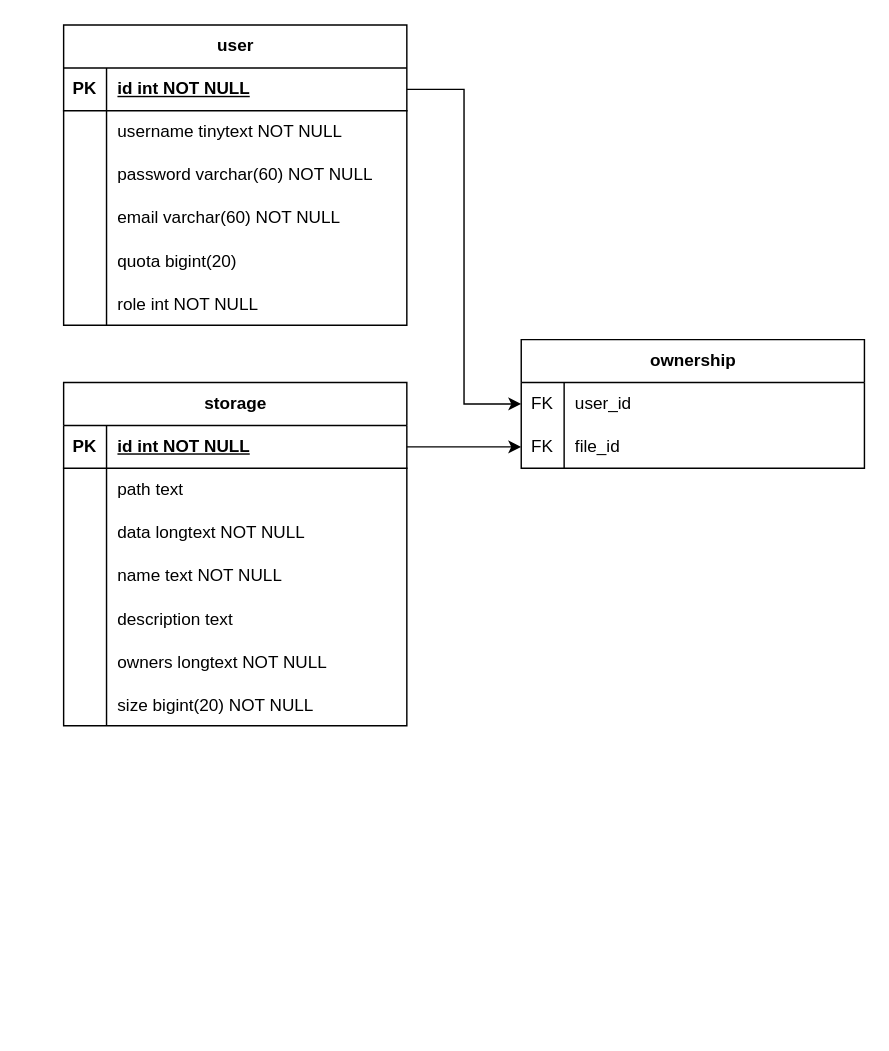
The draw.io diagram Database Schema.drawio in Veteranfighter/daba-file-manager, before the edit. Source tidied: cells renumbered, new cells numbered last; positions are measured from the earlier drawing's top-left corner, leaving out a move shared by most shapes. Both pictures are drawn from the tidied source at 143%, with x=0, y=0 at pixel (63, 24).
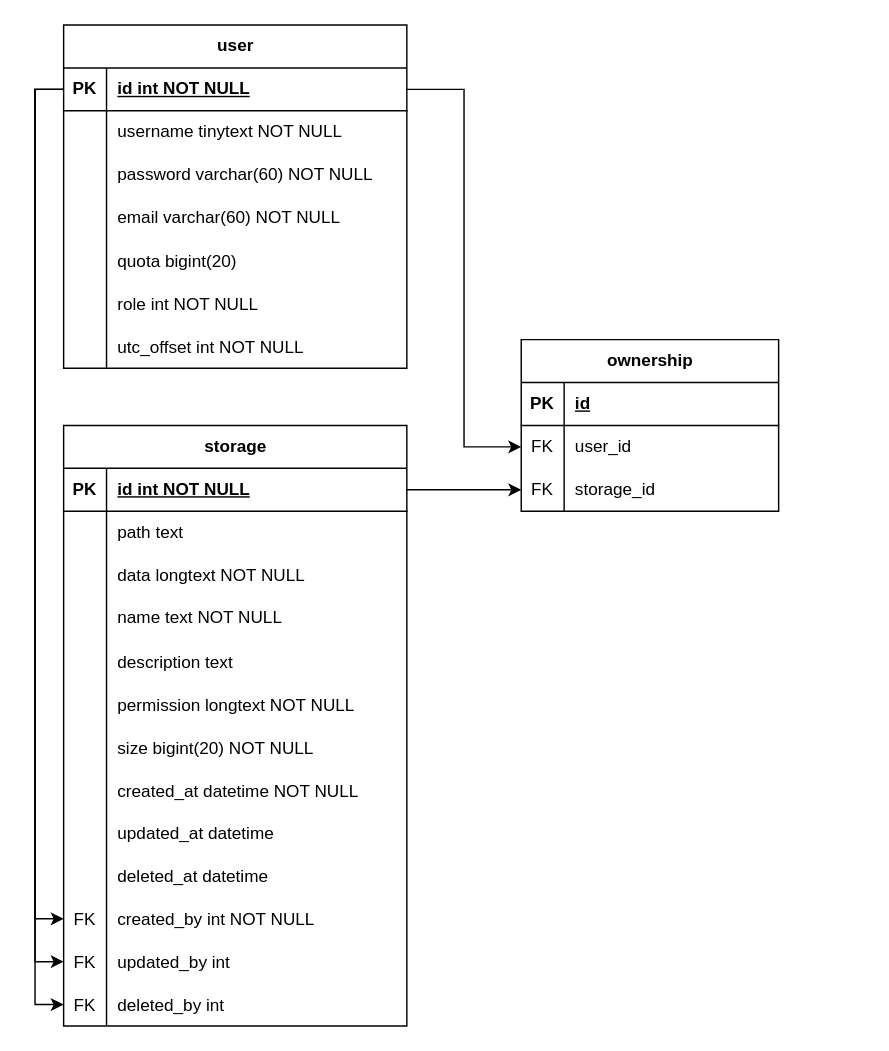
Above is the later version.

Unchanged cells that the change refers to:
```xml
<mxCell id="3" style="shape=tableRow;horizontal=0;startSize=0;swimlaneHead=0;swimlaneBody=0;fillColor=none;points=[[0,0.5],[1,0.5]];portConstraint=eastwest;top=0;left=0;right=0;bottom=1;" parent="2" vertex="1">
  <mxGeometry y="30" width="240" height="30" as="geometry" />
</mxCell>
<mxCell id="22" style="shape=tableRow;horizontal=0;startSize=0;swimlaneHead=0;swimlaneBody=0;fillColor=none;points=[[0,0.5],[1,0.5]];portConstraint=eastwest;top=0;left=0;right=0;bottom=1;" parent="21" vertex="1">
  <mxGeometry y="30" width="240" height="30" as="geometry" />
</mxCell>
<mxCell id="37" style="shape=tableRow;horizontal=0;startSize=0;swimlaneHead=0;swimlaneBody=0;fillColor=none;top=0;left=0;right=0;bottom=0;" parent="21" vertex="1">
  <mxGeometry y="180" width="240" height="30" as="geometry" />
</mxCell>
```

Diff of the diagram source:
```diff
@@
     <mxCell id="2" value="user" style="shape=table;startSize=30;childLayout=tableLayout;rowLines=0;fontStyle=1;align=center;html=1;" parent="1" vertex="1">
-      <mxGeometry width="240" height="210" as="geometry" />
+      <mxGeometry width="240" height="240" as="geometry" />
     </mxCell>
@@
+    <mxCell id="52" style="shape=tableRow;horizontal=0;startSize=0;swimlaneHead=0;swimlaneBody=0;fillColor=none;top=0;left=0;right=0;bottom=0;" parent="2" vertex="1">
+      <mxGeometry y="210" width="240" height="30" as="geometry" />
+    </mxCell>
+    <mxCell id="53" style="shape=partialRectangle;fillColor=none;top=0;left=0;bottom=0;right=0;overflow=hidden;" parent="52" vertex="1">
+      <mxGeometry width="30" height="30" as="geometry" />
+    </mxCell>
+    <mxCell id="54" value="utc_offset int NOT NULL" style="shape=partialRectangle;fillColor=none;top=0;left=0;bottom=0;right=0;align=left;spacingLeft=6;overflow=hidden;" parent="52" vertex="1">
+      <mxGeometry x="30" width="210" height="30" as="geometry" />
+    </mxCell>
     <mxCell id="21" value="storage" style="shape=table;startSize=30;childLayout=tableLayout;rowLines=0;fontStyle=1;align=center;html=1;" parent="1" vertex="1">
-      <mxGeometry y="250" width="240" height="240" as="geometry" />
+      <mxGeometry y="280" width="240" height="420" as="geometry" />
     </mxCell>
@@
-    <mxCell id="39" value="owners longtext NOT NULL" style="shape=partialRectangle;fillColor=none;top=0;left=0;bottom=0;right=0;align=left;spacingLeft=6;overflow=hidden;" parent="37" vertex="1">
+    <mxCell id="39" value="permission longtext NOT NULL" style="shape=partialRectangle;fillColor=none;top=0;left=0;bottom=0;right=0;align=left;spacingLeft=6;overflow=hidden;" parent="37" vertex="1">
       <mxGeometry x="30" width="210" height="30" as="geometry" />
     </mxCell>
@@
-    <mxCell id="43" value="ownership" style="shape=table;startSize=30;childLayout=tableLayout;rowLines=0;fontStyle=1;align=center;html=1;" parent="1" vertex="1">
-      <mxGeometry x="320" y="220" width="240" height="90" as="geometry" />
-    </mxCell>
-    <mxCell id="44" style="shape=tableRow;horizontal=0;startSize=0;swimlaneHead=0;swimlaneBody=0;fillColor=none;points=[[0,0.5],[1,0.5]];portConstraint=eastwest;top=0;left=0;right=0;bottom=0;" parent="43" vertex="1">
-      <mxGeometry y="30" width="240" height="30" as="geometry" />
-    </mxCell>
-    <mxCell id="45" value="FK" style="shape=partialRectangle;fillColor=none;top=0;left=0;bottom=0;right=0;fontStyle=0;overflow=hidden;whiteSpace=wrap;html=1;" parent="44" vertex="1">
-      <mxGeometry width="30" height="30" as="geometry" />
-    </mxCell>
-    <mxCell id="46" value="user_id" style="shape=partialRectangle;fillColor=none;top=0;left=0;bottom=0;right=0;align=left;spacingLeft=6;fontStyle=0;overflow=hidden;whiteSpace=wrap;html=1;" parent="44" vertex="1">
-      <mxGeometry x="30" width="210" height="30" as="geometry" />
-    </mxCell>
-    <mxCell id="47" style="shape=tableRow;horizontal=0;startSize=0;swimlaneHead=0;swimlaneBody=0;fillColor=none;points=[[0,0.5],[1,0.5]];portConstraint=eastwest;top=0;left=0;right=0;bottom=0;" parent="43" vertex="1">
-      <mxGeometry y="60" width="240" height="30" as="geometry" />
-    </mxCell>
-    <mxCell id="48" value="FK" style="shape=partialRectangle;fillColor=none;top=0;left=0;bottom=0;right=0;fontStyle=0;overflow=hidden;whiteSpace=wrap;html=1;" parent="47" vertex="1">
-      <mxGeometry width="30" height="30" as="geometry" />
-    </mxCell>
-    <mxCell id="49" value="file_id" style="shape=partialRectangle;fillColor=none;top=0;left=0;bottom=0;right=0;align=left;spacingLeft=6;fontStyle=0;overflow=hidden;whiteSpace=wrap;html=1;" parent="47" vertex="1">
-      <mxGeometry x="30" width="210" height="30" as="geometry" />
-    </mxCell>
+    <mxCell id="55" style="shape=tableRow;horizontal=0;startSize=0;swimlaneHead=0;swimlaneBody=0;fillColor=none;top=0;left=0;right=0;bottom=0;" parent="21" vertex="1">
+      <mxGeometry y="240" width="240" height="30" as="geometry" />
+    </mxCell>
+    <mxCell id="56" style="shape=partialRectangle;fillColor=none;top=0;left=0;bottom=0;right=0;overflow=hidden;" parent="55" vertex="1">
+      <mxGeometry width="30" height="30" as="geometry" />
+    </mxCell>
+    <mxCell id="57" value="created_at datetime NOT NULL" style="shape=partialRectangle;fillColor=none;top=0;left=0;bottom=0;right=0;align=left;spacingLeft=6;overflow=hidden;" parent="55" vertex="1">
+      <mxGeometry x="30" width="210" height="30" as="geometry" />
+    </mxCell>
+    <mxCell id="58" style="shape=tableRow;horizontal=0;startSize=0;swimlaneHead=0;swimlaneBody=0;fillColor=none;top=0;left=0;right=0;bottom=0;" parent="21" vertex="1">
+      <mxGeometry y="270" width="240" height="30" as="geometry" />
+    </mxCell>
+    <mxCell id="59" style="shape=partialRectangle;fillColor=none;top=0;left=0;bottom=0;right=0;overflow=hidden;" parent="58" vertex="1">
+      <mxGeometry width="30" height="30" as="geometry" />
+    </mxCell>
+    <mxCell id="60" value="updated_at datetime" style="shape=partialRectangle;fillColor=none;top=0;left=0;bottom=0;right=0;align=left;spacingLeft=6;overflow=hidden;" parent="58" vertex="1">
+      <mxGeometry x="30" width="210" height="30" as="geometry" />
+    </mxCell>
+    <mxCell id="61" style="shape=tableRow;horizontal=0;startSize=0;swimlaneHead=0;swimlaneBody=0;fillColor=none;top=0;left=0;right=0;bottom=0;" parent="21" vertex="1">
+      <mxGeometry y="300" width="240" height="30" as="geometry" />
+    </mxCell>
+    <mxCell id="62" style="shape=partialRectangle;fillColor=none;top=0;left=0;bottom=0;right=0;overflow=hidden;" parent="61" vertex="1">
+      <mxGeometry width="30" height="30" as="geometry" />
+    </mxCell>
+    <mxCell id="63" value="deleted_at datetime" style="shape=partialRectangle;fillColor=none;top=0;left=0;bottom=0;right=0;align=left;spacingLeft=6;overflow=hidden;" parent="61" vertex="1">
+      <mxGeometry x="30" width="210" height="30" as="geometry" />
+    </mxCell>
+    <mxCell id="64" style="shape=tableRow;horizontal=0;startSize=0;swimlaneHead=0;swimlaneBody=0;fillColor=none;points=[[0,0.5],[1,0.5]];portConstraint=eastwest;top=0;left=0;right=0;bottom=0;" parent="21" vertex="1">
+      <mxGeometry y="330" width="240" height="30" as="geometry" />
+    </mxCell>
+    <mxCell id="65" value="FK" style="shape=partialRectangle;fillColor=none;top=0;left=0;bottom=0;right=0;overflow=hidden;" parent="64" vertex="1">
+      <mxGeometry width="30" height="30" as="geometry" />
+    </mxCell>
+    <mxCell id="66" value="created_by int NOT NULL" style="shape=partialRectangle;fillColor=none;top=0;left=0;bottom=0;right=0;align=left;spacingLeft=6;overflow=hidden;" parent="64" vertex="1">
+      <mxGeometry x="30" width="210" height="30" as="geometry" />
+    </mxCell>
+    <mxCell id="67" style="shape=tableRow;horizontal=0;startSize=0;swimlaneHead=0;swimlaneBody=0;fillColor=none;points=[[0,0.5],[1,0.5]];portConstraint=eastwest;top=0;left=0;right=0;bottom=0;" parent="21" vertex="1">
+      <mxGeometry y="360" width="240" height="30" as="geometry" />
+    </mxCell>
+    <mxCell id="68" value="FK" style="shape=partialRectangle;fillColor=none;top=0;left=0;bottom=0;right=0;overflow=hidden;" parent="67" vertex="1">
+      <mxGeometry width="30" height="30" as="geometry" />
+    </mxCell>
+    <mxCell id="69" value="updated_by int" style="shape=partialRectangle;fillColor=none;top=0;left=0;bottom=0;right=0;align=left;spacingLeft=6;overflow=hidden;" parent="67" vertex="1">
+      <mxGeometry x="30" width="210" height="30" as="geometry" />
+    </mxCell>
+    <mxCell id="70" style="shape=tableRow;horizontal=0;startSize=0;swimlaneHead=0;swimlaneBody=0;fillColor=none;points=[[0,0.5],[1,0.5]];portConstraint=eastwest;top=0;left=0;right=0;bottom=0;" parent="21" vertex="1">
+      <mxGeometry y="390" width="240" height="30" as="geometry" />
+    </mxCell>
+    <mxCell id="71" value="FK" style="shape=partialRectangle;fillColor=none;top=0;left=0;bottom=0;right=0;overflow=hidden;" parent="70" vertex="1">
+      <mxGeometry width="30" height="30" as="geometry" />
+    </mxCell>
+    <mxCell id="72" value="deleted_by int" style="shape=partialRectangle;fillColor=none;top=0;left=0;bottom=0;right=0;align=left;spacingLeft=6;overflow=hidden;" parent="70" vertex="1">
+      <mxGeometry x="30" width="210" height="30" as="geometry" />
+    </mxCell>
-    <mxCell id="50" style="edgeStyle=orthogonalEdgeStyle;rounded=0;jettySize=auto;html=1;" parent="1" edge="1" source="22" target="47">
+    <mxCell id="50" style="edgeStyle=orthogonalEdgeStyle;rounded=0;jettySize=auto;html=1;entryX=0;entryY=0.5;entryDx=0;entryDy=0;" parent="1" edge="1" source="22" target="81">
       <mxGeometry relative="1" as="geometry" />
     </mxCell>
-    <mxCell id="51" style="edgeStyle=orthogonalEdgeStyle;rounded=0;jettySize=auto;html=1;entryX=0;entryY=0.5;entryDx=0;entryDy=0;" parent="1" edge="1" source="3" target="44">
+    <mxCell id="51" style="edgeStyle=orthogonalEdgeStyle;rounded=0;jettySize=auto;html=1;entryX=0;entryY=0.5;entryDx=0;entryDy=0;" parent="1" edge="1" source="3" target="79">
       <mxGeometry relative="1" as="geometry" />
     </mxCell>
+    <mxCell id="73" style="edgeStyle=orthogonalEdgeStyle;rounded=0;jettySize=auto;html=1;entryX=0;entryY=0.5;entryDx=0;entryDy=0;" parent="1" edge="1" source="3" target="64">
+      <mxGeometry relative="1" as="geometry" />
+    </mxCell>
+    <mxCell id="74" style="edgeStyle=orthogonalEdgeStyle;rounded=0;jettySize=auto;html=1;entryX=0;entryY=0.5;entryDx=0;entryDy=0;startArrow=classic;startFill=1;endArrow=none;endFill=0;" parent="1" edge="1" source="67" target="3">
+      <mxGeometry relative="1" as="geometry" />
+    </mxCell>
+    <mxCell id="75" style="edgeStyle=orthogonalEdgeStyle;rounded=0;jettySize=auto;html=1;entryX=0;entryY=0.5;entryDx=0;entryDy=0;startArrow=classic;startFill=1;endArrow=none;endFill=0;" parent="1" edge="1" source="70" target="3">
+      <mxGeometry relative="1" as="geometry" />
+    </mxCell>
+    <mxCell id="43" value="ownership" style="shape=table;startSize=30;childLayout=tableLayout;rowLines=0;fontStyle=1;align=center;html=1;" parent="1" vertex="1">
+      <mxGeometry x="320" y="220" width="180" height="120" as="geometry" />
+    </mxCell>
+    <mxCell id="76" style="shape=tableRow;horizontal=0;startSize=0;swimlaneHead=0;swimlaneBody=0;fillColor=none;top=0;left=0;right=0;bottom=1;" parent="43" vertex="1">
+      <mxGeometry y="30" width="180" height="30" as="geometry" />
+    </mxCell>
+    <mxCell id="77" value="PK" style="shape=partialRectangle;fillColor=none;top=0;left=0;bottom=0;right=0;fontStyle=1;overflow=hidden;whiteSpace=wrap;html=1;" parent="76" vertex="1">
+      <mxGeometry width="30" height="30" as="geometry" />
+    </mxCell>
+    <mxCell id="78" value="id" style="shape=partialRectangle;fillColor=none;top=0;left=0;bottom=0;right=0;align=left;spacingLeft=6;fontStyle=5;overflow=hidden;whiteSpace=wrap;html=1;" parent="76" vertex="1">
+      <mxGeometry x="30" width="150" height="30" as="geometry" />
+    </mxCell>
+    <mxCell id="79" style="shape=tableRow;horizontal=0;startSize=0;swimlaneHead=0;swimlaneBody=0;fillColor=none;points=[[0,0.5],[1,0.5]];portConstraint=eastwest;top=0;left=0;right=0;bottom=0;" parent="43" vertex="1">
+      <mxGeometry y="60" width="180" height="30" as="geometry" />
+    </mxCell>
+    <mxCell id="80" value="FK" style="shape=partialRectangle;fillColor=none;top=0;left=0;bottom=0;right=0;overflow=hidden;whiteSpace=wrap;html=1;" parent="79" vertex="1">
+      <mxGeometry width="30" height="30" as="geometry" />
+    </mxCell>
+    <mxCell id="46" value="user_id" style="shape=partialRectangle;fillColor=none;top=0;left=0;bottom=0;right=0;align=left;spacingLeft=6;overflow=hidden;whiteSpace=wrap;html=1;" parent="79" vertex="1">
+      <mxGeometry x="30" width="150" height="30" as="geometry" />
+    </mxCell>
+    <mxCell id="81" style="shape=tableRow;horizontal=0;startSize=0;swimlaneHead=0;swimlaneBody=0;fillColor=none;points=[[0,0.5],[1,0.5]];portConstraint=eastwest;top=0;left=0;right=0;bottom=0;" parent="43" vertex="1">
+      <mxGeometry y="90" width="180" height="30" as="geometry" />
+    </mxCell>
+    <mxCell id="82" value="FK" style="shape=partialRectangle;fillColor=none;top=0;left=0;bottom=0;right=0;overflow=hidden;whiteSpace=wrap;html=1;" parent="81" vertex="1">
+      <mxGeometry width="30" height="30" as="geometry" />
+    </mxCell>
+    <mxCell id="83" value="storage_id" style="shape=partialRectangle;fillColor=none;top=0;left=0;bottom=0;right=0;align=left;spacingLeft=6;overflow=hidden;whiteSpace=wrap;html=1;" parent="81" vertex="1">
+      <mxGeometry x="30" width="150" height="30" as="geometry" />
+    </mxCell>
```
